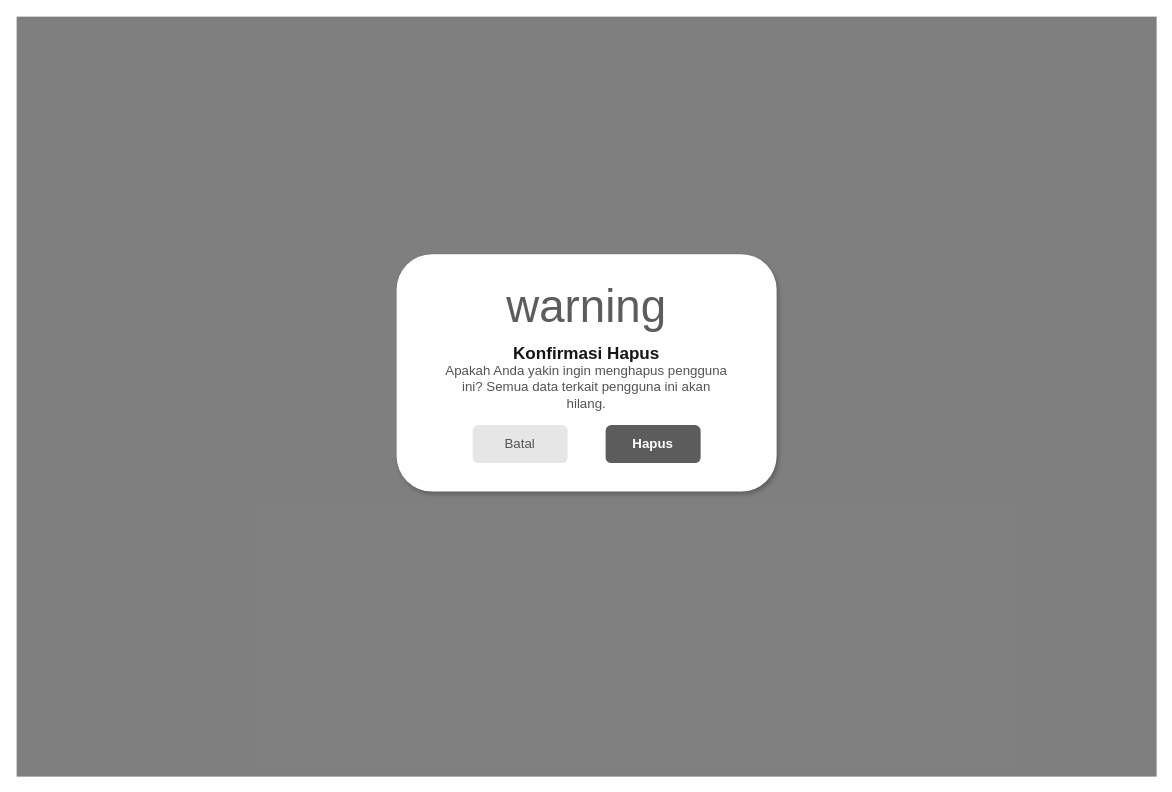
Above: diagram/desain_backup/admin-hapus-user.drawio in RajaSunrise/kangkungku (draw.io), before the change. Source tidied: cells renumbered, new cells numbered last; positions are measured from the earlier drawing's top-left corner, leaving out a move shared by most shapes. Both pictures are drawn from the tidied source at 95%, with x=0, y=0 at pixel (16, 16).
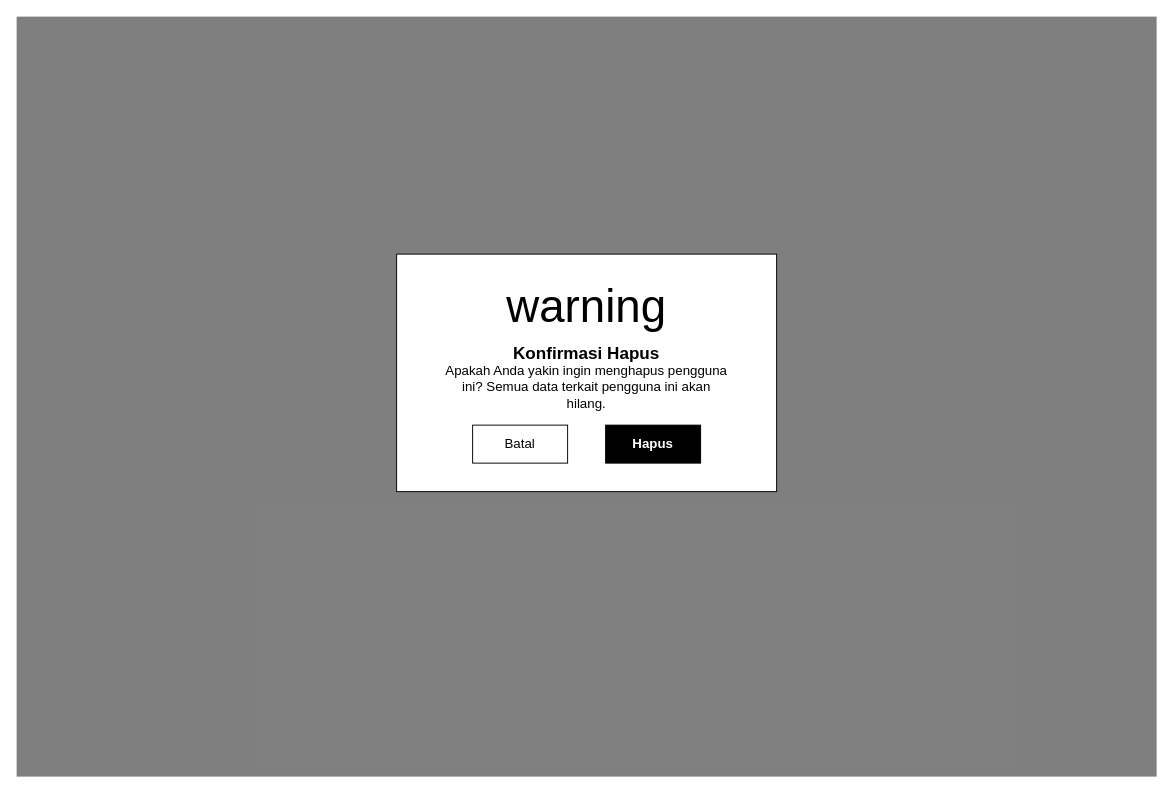
The same page after the edit.

Change to the diagram source:
```diff
@@
 <mxGraphModel>
   <root>
     <mxCell id="0" />
     <mxCell id="1" parent="0" />
     <mxCell id="2" style="rounded=0;whiteSpace=wrap;html=1;fillColor=#000000;fillOpacity=50;strokeColor=none;" parent="1" vertex="1">
       <mxGeometry width="1200" height="800" as="geometry" />
     </mxCell>
-    <mxCell id="3" style="rounded=1;whiteSpace=wrap;html=1;fillColor=#FFFFFF;strokeColor=none;shadow=1;" parent="1" vertex="1">
+    <mxCell id="3" style="rounded=0;whiteSpace=wrap;html=1;fillColor=#FFFFFF;strokeColor=#000000;" parent="1" vertex="1">
       <mxGeometry x="400" y="250" width="400" height="250" as="geometry" />
     </mxCell>
-    <mxCell id="4" value="warning" style="text;html=1;strokeColor=none;fillColor=none;align=center;verticalAlign=middle;whiteSpace=wrap;rounded=0;fontColor=#5C5C5C;fontSize=48;fontFamily=Material Icons;" parent="1" vertex="1">
+    <mxCell id="4" value="warning" style="text;html=1;strokeColor=none;fillColor=none;align=center;verticalAlign=middle;whiteSpace=wrap;rounded=0;fontColor=#000000;fontSize=48;fontFamily=Material Icons;" parent="1" vertex="1">
       <mxGeometry x="575" y="280" width="50" height="50" as="geometry" />
     </mxCell>
-    <mxCell id="5" value="Konfirmasi Hapus" style="text;html=1;strokeColor=none;fillColor=none;align=center;verticalAlign=middle;whiteSpace=wrap;rounded=0;fontColor=#151515;fontSize=18;fontStyle=1;" parent="1" vertex="1">
+    <mxCell id="5" value="Konfirmasi Hapus" style="text;html=1;strokeColor=none;fillColor=none;align=center;verticalAlign=middle;whiteSpace=wrap;rounded=0;fontColor=#000000;fontSize=18;fontStyle=1;" parent="1" vertex="1">
       <mxGeometry x="450" y="340" width="300" height="30" as="geometry" />
     </mxCell>
-    <mxCell id="6" value="Apakah Anda yakin ingin menghapus pengguna ini? Semua data terkait pengguna ini akan hilang." style="text;html=1;strokeColor=none;fillColor=none;align=center;verticalAlign=middle;whiteSpace=wrap;rounded=0;fontColor=#535353;fontSize=14;" parent="1" vertex="1">
+    <mxCell id="6" value="Apakah Anda yakin ingin menghapus pengguna ini? Semua data terkait pengguna ini akan hilang." style="text;html=1;strokeColor=none;fillColor=none;align=center;verticalAlign=middle;whiteSpace=wrap;rounded=0;fontColor=#000000;fontSize=14;" parent="1" vertex="1">
       <mxGeometry x="450" y="370" width="300" height="40" as="geometry" />
     </mxCell>
-    <mxCell id="7" value="Batal" style="rounded=1;whiteSpace=wrap;html=1;fillColor=#E6E6E6;strokeColor=none;fontColor=#535353;fontSize=14;" parent="1" vertex="1">
+    <mxCell id="7" value="Batal" style="rounded=0;whiteSpace=wrap;html=1;fillColor=#FFFFFF;strokeColor=#000000;fontColor=#000000;fontSize=14;" parent="1" vertex="1">
       <mxGeometry x="480" y="430" width="100" height="40" as="geometry" />
     </mxCell>
-    <mxCell id="8" value="Hapus" style="rounded=1;whiteSpace=wrap;html=1;fillColor=#5C5C5C;strokeColor=none;fontColor=#FFFFFF;fontStyle=1;fontSize=14;" parent="1" vertex="1">
+    <mxCell id="8" value="Hapus" style="rounded=0;whiteSpace=wrap;html=1;fillColor=#000000;strokeColor=#000000;fontColor=#FFFFFF;fontStyle=1;fontSize=14;" parent="1" vertex="1">
       <mxGeometry x="620" y="430" width="100" height="40" as="geometry" />
     </mxCell>
   </root>
 </mxGraphModel>
```
